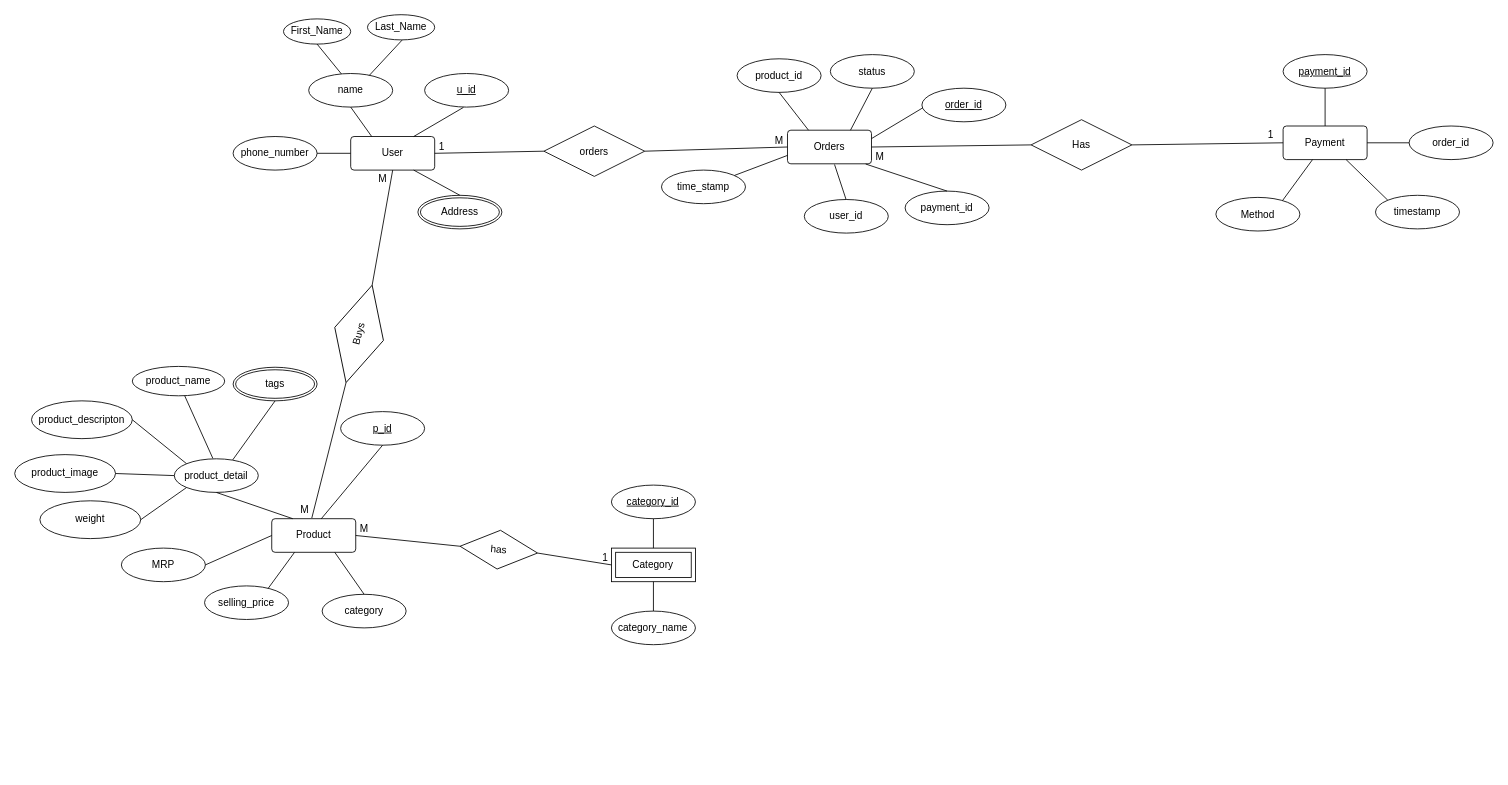
Before: diagram/ER diagram.drawio in Dhiraj275/ecommerce-srs, a draw.io diagram. Source tidied: cells renumbered, new cells numbered last; positions are measured from the earlier drawing's top-left corner, leaving out a move shared by most shapes. Both pictures are drawn from the tidied source at 84%, with x=0, y=0 at pixel (14, 14).
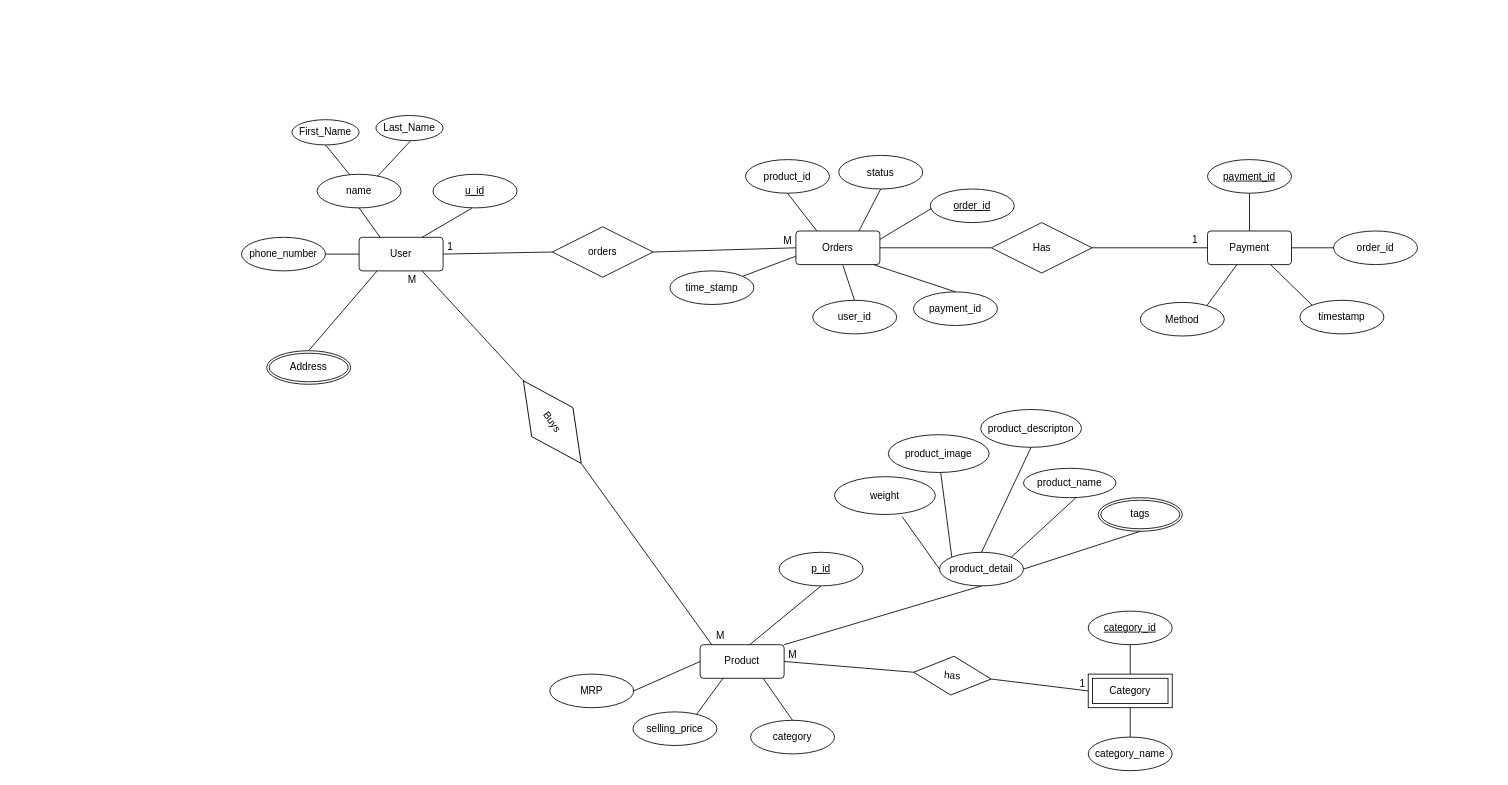
The same page after the edit.

Unchanged cells that the change refers to:
```xml
<mxCell id="75" style="endArrow=none;html=1;rounded=0;exitX=0;exitY=0.5;exitDx=0;exitDy=0;entryX=1;entryY=0.5;entryDx=0;entryDy=0;" parent="1" edge="1" source="5" target="74">
  <mxGeometry relative="1" as="geometry" />
</mxCell>
```

Diff of the diagram source:
```diff
@@
     <mxCell id="2" value="Product" style="rounded=1;arcSize=10;whiteSpace=wrap;html=1;align=center;" parent="1" vertex="1">
-      <mxGeometry x="306" y="600" width="100" height="40" as="geometry" />
+      <mxGeometry x="816" y="750" width="100" height="40" as="geometry" />
     </mxCell>
     <mxCell id="3" value="User" style="rounded=1;arcSize=10;whiteSpace=wrap;html=1;align=center;" parent="1" vertex="1">
-      <mxGeometry x="400" y="145" width="100" height="40" as="geometry" />
+      <mxGeometry x="410" y="265" width="100" height="40" as="geometry" />
     </mxCell>
     <mxCell id="4" value="Category" style="shape=ext;margin=3;double=1;whiteSpace=wrap;html=1;align=center;" parent="1" vertex="1">
-      <mxGeometry x="710.4" y="635" width="100" height="40" as="geometry" />
+      <mxGeometry x="1278" y="785" width="100" height="40" as="geometry" />
     </mxCell>
     <mxCell id="5" value="Payment" style="rounded=1;arcSize=10;whiteSpace=wrap;html=1;align=center;" parent="1" vertex="1">
-      <mxGeometry x="1510" y="132.5" width="100" height="40" as="geometry" />
+      <mxGeometry x="1420" y="257.5" width="100" height="40" as="geometry" />
     </mxCell>
     <mxCell id="6" value="u_id" style="ellipse;whiteSpace=wrap;html=1;align=center;fontStyle=4;" parent="1" vertex="1">
-      <mxGeometry x="488" y="70" width="100" height="40" as="geometry" />
+      <mxGeometry x="498" y="190" width="100" height="40" as="geometry" />
     </mxCell>
@@
     <mxCell id="8" value="name" style="ellipse;whiteSpace=wrap;html=1;align=center;" parent="1" vertex="1">
-      <mxGeometry x="350" y="70" width="100" height="40" as="geometry" />
+      <mxGeometry x="360" y="190" width="100" height="40" as="geometry" />
     </mxCell>
@@
     <mxCell id="11" value="First_Name" style="ellipse;whiteSpace=wrap;html=1;align=center;" parent="1" vertex="1">
-      <mxGeometry x="320" y="5" width="80" height="30" as="geometry" />
+      <mxGeometry x="330" y="125" width="80" height="30" as="geometry" />
     </mxCell>
     <mxCell id="12" value="Last_Name" style="ellipse;whiteSpace=wrap;html=1;align=center;" parent="1" vertex="1">
-      <mxGeometry x="420" width="80" height="30" as="geometry" />
+      <mxGeometry x="430" y="120" width="80" height="30" as="geometry" />
     </mxCell>
     <mxCell id="13" value="Address" style="ellipse;shape=doubleEllipse;margin=3;whiteSpace=wrap;html=1;align=center;" parent="1" vertex="1">
-      <mxGeometry x="480" y="215" width="100" height="40" as="geometry" />
+      <mxGeometry x="300" y="400" width="100" height="40" as="geometry" />
     </mxCell>
     <mxCell id="14" style="endArrow=none;html=1;rounded=0;exitX=0.721;exitY=0.058;exitDx=0;exitDy=0;exitPerimeter=0;entryX=0.515;entryY=1.008;entryDx=0;entryDy=0;entryPerimeter=0;" parent="1" edge="1" target="12">
       <mxGeometry relative="1" as="geometry">
-        <mxPoint x="422.1" y="72.3" as="sourcePoint" />
+        <mxPoint x="432.1" y="192.3" as="sourcePoint" />
       </mxGeometry>
     </mxCell>
-    <mxCell id="15" style="endArrow=none;html=1;rounded=0;exitX=0.75;exitY=1;exitDx=0;exitDy=0;entryX=0.5;entryY=0;entryDx=0;entryDy=0;" parent="1" edge="1" source="3" target="13">
+    <mxCell id="15" style="endArrow=none;html=1;rounded=0;exitX=0.213;exitY=1.005;exitDx=0;exitDy=0;entryX=0.5;entryY=0;entryDx=0;entryDy=0;exitPerimeter=0;" parent="1" edge="1" source="3" target="13">
       <mxGeometry relative="1" as="geometry" />
     </mxCell>
     <mxCell id="16" value="phone_number" style="ellipse;whiteSpace=wrap;html=1;align=center;" parent="1" vertex="1">
-      <mxGeometry x="260" y="145" width="100" height="40" as="geometry" />
+      <mxGeometry x="270" y="265" width="100" height="40" as="geometry" />
     </mxCell>
     <mxCell id="17" style="endArrow=none;html=1;rounded=0;entryX=0;entryY=0.5;entryDx=0;entryDy=0;" parent="1" edge="1" target="3">
       <mxGeometry relative="1" as="geometry">
-        <mxPoint x="360" y="165" as="sourcePoint" />
+        <mxPoint x="370" y="285" as="sourcePoint" />
       </mxGeometry>
     </mxCell>
     <mxCell id="18" value="&lt;u&gt;payment_id&lt;/u&gt;" style="ellipse;whiteSpace=wrap;html=1;align=center;" parent="1" vertex="1">
-      <mxGeometry x="1510" y="47.5" width="100" height="40" as="geometry" />
+      <mxGeometry x="1420" y="172.5" width="100" height="40" as="geometry" />
     </mxCell>
     <mxCell id="19" value="order_id" style="ellipse;whiteSpace=wrap;html=1;align=center;" parent="1" vertex="1">
-      <mxGeometry x="1660" y="132.5" width="100" height="40" as="geometry" />
+      <mxGeometry x="1570" y="257.5" width="100" height="40" as="geometry" />
     </mxCell>
     <mxCell id="20" value="timestamp" style="ellipse;whiteSpace=wrap;html=1;align=center;" parent="1" vertex="1">
-      <mxGeometry x="1620" y="215" width="100" height="40" as="geometry" />
+      <mxGeometry x="1530" y="340" width="100" height="40" as="geometry" />
     </mxCell>
     <mxCell id="21" value="Method" style="ellipse;whiteSpace=wrap;html=1;align=center;" parent="1" vertex="1">
-      <mxGeometry x="1430" y="217.5" width="100" height="40" as="geometry" />
+      <mxGeometry x="1340" y="342.5" width="100" height="40" as="geometry" />
     </mxCell>
@@
     <mxCell id="26" value="&lt;u&gt;p_id&lt;/u&gt;" style="ellipse;whiteSpace=wrap;html=1;align=center;" parent="1" vertex="1">
-      <mxGeometry x="388" y="472.5" width="100" height="40" as="geometry" />
+      <mxGeometry x="910" y="640" width="100" height="40" as="geometry" />
     </mxCell>
     <mxCell id="27" value="product_detail" style="ellipse;whiteSpace=wrap;html=1;align=center;" parent="1" vertex="1">
-      <mxGeometry x="190" y="528.7" width="100" height="40" as="geometry" />
+      <mxGeometry x="1101" y="640" width="100" height="40" as="geometry" />
     </mxCell>
-    <mxCell id="28" style="endArrow=none;html=1;rounded=0;exitX=0.5;exitY=1;exitDx=0;exitDy=0;entryX=0.25;entryY=0;entryDx=0;entryDy=0;" parent="1" edge="1" source="27" target="2">
+    <mxCell id="28" style="endArrow=none;html=1;rounded=0;exitX=0.5;exitY=1;exitDx=0;exitDy=0;entryX=1;entryY=0;entryDx=0;entryDy=0;" parent="1" edge="1" source="27" target="2">
       <mxGeometry relative="1" as="geometry" />
     </mxCell>
@@
     <mxCell id="30" value="product_name" style="ellipse;whiteSpace=wrap;html=1;align=center;" parent="1" vertex="1">
-      <mxGeometry x="140" y="418.7" width="110" height="35" as="geometry" />
+      <mxGeometry x="1201" y="540" width="110" height="35" as="geometry" />
     </mxCell>
     <mxCell id="31" value="tags" style="ellipse;shape=doubleEllipse;margin=3;whiteSpace=wrap;html=1;align=center;" parent="1" vertex="1">
-      <mxGeometry x="260" y="419.7" width="100" height="40" as="geometry" />
+      <mxGeometry x="1290" y="575" width="100" height="40" as="geometry" />
     </mxCell>
     <mxCell id="32" value="product_descripton" style="ellipse;whiteSpace=wrap;html=1;align=center;" parent="1" vertex="1">
-      <mxGeometry x="20" y="459.7" width="120" height="45" as="geometry" />
+      <mxGeometry x="1150" y="470" width="120" height="45" as="geometry" />
     </mxCell>
     <mxCell id="33" value="product_image" style="ellipse;whiteSpace=wrap;html=1;align=center;" parent="1" vertex="1">
-      <mxGeometry y="523.7" width="120" height="45" as="geometry" />
+      <mxGeometry x="1040" y="500" width="120" height="45" as="geometry" />
     </mxCell>
     <mxCell id="34" value="weight" style="ellipse;whiteSpace=wrap;html=1;align=center;" parent="1" vertex="1">
-      <mxGeometry x="30" y="578.7" width="120" height="45" as="geometry" />
+      <mxGeometry x="976" y="550" width="120" height="45" as="geometry" />
     </mxCell>
-    <mxCell id="35" style="endArrow=none;html=1;rounded=0;entryX=0.459;entryY=-0.012;entryDx=0;entryDy=0;entryPerimeter=0;exitX=0.567;exitY=0.999;exitDx=0;exitDy=0;exitPerimeter=0;" parent="1" edge="1" source="30" target="27">
+    <mxCell id="35" style="endArrow=none;html=1;rounded=0;entryX=1;entryY=0;entryDx=0;entryDy=0;exitX=0.567;exitY=0.999;exitDx=0;exitDy=0;exitPerimeter=0;" parent="1" edge="1" source="30" target="27">
       <mxGeometry relative="1" as="geometry" />
     </mxCell>
-    <mxCell id="36" style="endArrow=none;html=1;rounded=0;entryX=0;entryY=0;entryDx=0;entryDy=0;exitX=1;exitY=0.5;exitDx=0;exitDy=0;" parent="1" edge="1" source="32" target="27">
+    <mxCell id="36" style="endArrow=none;html=1;rounded=0;entryX=0.5;entryY=0;entryDx=0;entryDy=0;exitX=0.5;exitY=1;exitDx=0;exitDy=0;" parent="1" edge="1" source="32" target="27">
       <mxGeometry relative="1" as="geometry" />
     </mxCell>
-    <mxCell id="37" style="endArrow=none;html=1;rounded=0;entryX=0;entryY=0.5;entryDx=0;entryDy=0;exitX=1;exitY=0.5;exitDx=0;exitDy=0;" parent="1" edge="1" source="33" target="27">
+    <mxCell id="37" style="endArrow=none;html=1;rounded=0;entryX=0;entryY=0;entryDx=0;entryDy=0;exitX=0.52;exitY=1.001;exitDx=0;exitDy=0;exitPerimeter=0;" parent="1" edge="1" source="33" target="27">
       <mxGeometry relative="1" as="geometry" />
     </mxCell>
-    <mxCell id="38" style="endArrow=none;html=1;rounded=0;entryX=0;entryY=1;entryDx=0;entryDy=0;exitX=1;exitY=0.5;exitDx=0;exitDy=0;" parent="1" edge="1" source="34" target="27">
+    <mxCell id="38" style="endArrow=none;html=1;rounded=0;entryX=0;entryY=0.5;entryDx=0;entryDy=0;exitX=0.671;exitY=1.057;exitDx=0;exitDy=0;exitPerimeter=0;" parent="1" edge="1" source="34" target="27">
       <mxGeometry relative="1" as="geometry" />
     </mxCell>
-    <mxCell id="39" style="endArrow=none;html=1;rounded=0;entryX=0.695;entryY=0.033;entryDx=0;entryDy=0;exitX=0.5;exitY=1;exitDx=0;exitDy=0;entryPerimeter=0;" parent="1" edge="1" source="31" target="27">
+    <mxCell id="39" style="endArrow=none;html=1;rounded=0;entryX=1;entryY=0.5;entryDx=0;entryDy=0;exitX=0.5;exitY=1;exitDx=0;exitDy=0;" parent="1" edge="1" source="31" target="27">
       <mxGeometry relative="1" as="geometry" />
     </mxCell>
     <mxCell id="40" value="MRP" style="ellipse;whiteSpace=wrap;html=1;align=center;" parent="1" vertex="1">
-      <mxGeometry x="127" y="635" width="100" height="40" as="geometry" />
+      <mxGeometry x="637" y="785" width="100" height="40" as="geometry" />
     </mxCell>
     <mxCell id="41" value="selling_price" style="ellipse;whiteSpace=wrap;html=1;align=center;" parent="1" vertex="1">
-      <mxGeometry x="226" y="680" width="100" height="40" as="geometry" />
+      <mxGeometry x="736" y="830" width="100" height="40" as="geometry" />
     </mxCell>
@@
     <mxCell id="44" value="category" style="ellipse;whiteSpace=wrap;html=1;align=center;" parent="1" vertex="1">
-      <mxGeometry x="366" y="690" width="100" height="40" as="geometry" />
+      <mxGeometry x="876" y="840" width="100" height="40" as="geometry" />
     </mxCell>
@@
     <mxCell id="46" value="&lt;u&gt;category_id&lt;/u&gt;" style="ellipse;whiteSpace=wrap;html=1;align=center;" parent="1" vertex="1">
-      <mxGeometry x="710.4" y="560" width="100" height="40" as="geometry" />
+      <mxGeometry x="1278" y="710" width="100" height="40" as="geometry" />
     </mxCell>
     <mxCell id="47" value="category_name" style="ellipse;whiteSpace=wrap;html=1;align=center;" parent="1" vertex="1">
-      <mxGeometry x="710.4" y="710" width="100" height="40" as="geometry" />
+      <mxGeometry x="1278" y="860" width="100" height="40" as="geometry" />
     </mxCell>
@@
     <mxCell id="50" value="has" style="shape=rhombus;perimeter=rhombusPerimeter;whiteSpace=wrap;html=1;align=center;rotation=5;" parent="1" vertex="1">
-      <mxGeometry x="530" y="613.7" width="92.6" height="46.3" as="geometry" />
+      <mxGeometry x="1070" y="763.7" width="92.6" height="46.3" as="geometry" />
     </mxCell>
@@
     <mxCell id="55" value="Orders" style="rounded=1;arcSize=10;whiteSpace=wrap;html=1;align=center;" parent="1" vertex="1">
-      <mxGeometry x="920" y="137.5" width="100" height="40" as="geometry" />
+      <mxGeometry x="930" y="257.5" width="100" height="40" as="geometry" />
     </mxCell>
     <mxCell id="56" value="order_id" style="ellipse;whiteSpace=wrap;html=1;align=center;fontStyle=4;" parent="1" vertex="1">
-      <mxGeometry x="1080" y="87.5" width="100" height="40" as="geometry" />
+      <mxGeometry x="1090" y="207.5" width="100" height="40" as="geometry" />
     </mxCell>
@@
     <mxCell id="58" value="product_id" style="ellipse;whiteSpace=wrap;html=1;align=center;" parent="1" vertex="1">
-      <mxGeometry x="860" y="52.5" width="100" height="40" as="geometry" />
+      <mxGeometry x="870" y="172.5" width="100" height="40" as="geometry" />
     </mxCell>
@@
     <mxCell id="62" value="user_id" style="ellipse;whiteSpace=wrap;html=1;align=center;" parent="1" vertex="1">
-      <mxGeometry x="940" y="220" width="100" height="40" as="geometry" />
+      <mxGeometry x="950" y="340" width="100" height="40" as="geometry" />
     </mxCell>
     <mxCell id="63" value="status" style="ellipse;whiteSpace=wrap;html=1;align=center;" parent="1" vertex="1">
-      <mxGeometry x="971" y="47.5" width="100" height="40" as="geometry" />
+      <mxGeometry x="981" y="167.5" width="100" height="40" as="geometry" />
     </mxCell>
     <mxCell id="64" value="time_stamp" style="ellipse;whiteSpace=wrap;html=1;align=center;" parent="1" vertex="1">
-      <mxGeometry x="770" y="185" width="100" height="40" as="geometry" />
+      <mxGeometry x="780" y="305" width="100" height="40" as="geometry" />
     </mxCell>
@@
     <mxCell id="66" style="endArrow=none;html=1;rounded=0;exitX=0;exitY=0.5;exitDx=0;exitDy=0;entryX=1;entryY=0.5;entryDx=0;entryDy=0;startArrow=none;" parent="1" edge="1" source="68">
       <mxGeometry relative="1" as="geometry">
-        <mxPoint x="500" y="165" as="targetPoint" />
+        <mxPoint x="510" y="285" as="targetPoint" />
       </mxGeometry>
     </mxCell>
     <mxCell id="67" value="1" style="text;html=1;align=center;verticalAlign=middle;strokeColor=none;fillColor=none;" parent="1" vertex="1">
-      <mxGeometry x="1480" y="127.5" width="30" height="30" as="geometry" />
+      <mxGeometry x="1390" y="252.5" width="30" height="30" as="geometry" />
     </mxCell>
     <mxCell id="68" value="orders" style="shape=rhombus;perimeter=rhombusPerimeter;whiteSpace=wrap;html=1;align=center;" parent="1" vertex="1">
-      <mxGeometry x="630" y="132.5" width="120" height="60" as="geometry" />
+      <mxGeometry x="640" y="252.5" width="120" height="60" as="geometry" />
     </mxCell>
     <mxCell id="69" style="endArrow=none;html=1;rounded=0;exitX=0;exitY=0.5;exitDx=0;exitDy=0;entryX=1;entryY=0.5;entryDx=0;entryDy=0;" parent="1" edge="1" target="68">
       <mxGeometry relative="1" as="geometry">
-        <mxPoint x="920" y="157.5" as="sourcePoint" />
+        <mxPoint x="930" y="277.5" as="sourcePoint" />
       </mxGeometry>
     </mxCell>
@@
     <mxCell id="71" value="payment_id" style="ellipse;whiteSpace=wrap;html=1;align=center;" parent="1" vertex="1">
-      <mxGeometry x="1060" y="210" width="100" height="40" as="geometry" />
+      <mxGeometry x="1070" y="330" width="100" height="40" as="geometry" />
     </mxCell>
@@
     <mxCell id="74" value="Has" style="shape=rhombus;perimeter=rhombusPerimeter;whiteSpace=wrap;html=1;align=center;" parent="1" vertex="1">
-      <mxGeometry x="1210" y="125" width="120" height="60" as="geometry" />
+      <mxGeometry x="1162.6" y="247.5" width="120" height="60" as="geometry" />
     </mxCell>
@@
-    <mxCell id="76" value="&amp;nbsp;M" style="html=1;align=left;verticalAlign=bottom;" parent="75" vertex="1">
-      <mxGeometry x="-1" relative="1" as="geometry">
-        <mxPoint x="-490" y="25" as="offset" />
-      </mxGeometry>
-    </mxCell>
     <mxCell id="77" value="&amp;nbsp;1" style="html=1;align=left;verticalAlign=bottom;direction=east;" parent="1" vertex="1">
-      <mxGeometry x="500" y="165" as="geometry" />
+      <mxGeometry x="510" y="285" as="geometry" />
     </mxCell>
-    <mxCell id="78" style="endArrow=none;html=1;rounded=0;exitX=0;exitY=0.5;exitDx=0;exitDy=0;entryX=0.477;entryY=-0.02;entryDx=0;entryDy=0;startArrow=none;entryPerimeter=0;" parent="1" edge="1" source="79" target="2">
-      <mxGeometry relative="1" as="geometry" />
-    </mxCell>
+    <mxCell id="80" style="endArrow=none;html=1;rounded=0;exitX=1;exitY=0.5;exitDx=0;exitDy=0;entryX=0.138;entryY=-0.002;entryDx=0;entryDy=0;entryPerimeter=0;startArrow=none;" parent="1" edge="1" source="79" target="2">
+      <mxGeometry relative="1" as="geometry" />
+    </mxCell>
+    <mxCell id="82" value="M" style="text;html=1;align=center;verticalAlign=middle;strokeColor=none;fillColor=none;" parent="1" vertex="1">
+      <mxGeometry x="825" y="725" width="30" height="30" as="geometry" />
+    </mxCell>
-    <mxCell id="79" value="Buys" style="shape=rhombus;perimeter=rhombusPerimeter;whiteSpace=wrap;html=1;align=center;rotation=-75;" parent="1" vertex="1">
-      <mxGeometry x="350" y="350" width="120" height="60" as="geometry" />
+    <mxCell id="79" value="Buys" style="shape=rhombus;perimeter=rhombusPerimeter;whiteSpace=wrap;html=1;align=center;rotation=55;" parent="1" vertex="1">
+      <mxGeometry x="580" y="455" width="120" height="60" as="geometry" />
     </mxCell>
-    <mxCell id="80" style="endArrow=none;html=1;rounded=0;entryX=1;entryY=0.5;entryDx=0;entryDy=0;exitX=0.5;exitY=1;exitDx=0;exitDy=0;" parent="1" edge="1" source="3" target="79">
-      <mxGeometry relative="1" as="geometry" />
-    </mxCell>
-    <mxCell id="81" value="&amp;nbsp;M" style="html=1;align=left;verticalAlign=bottom;" parent="80" vertex="1">
-      <mxGeometry x="-1" relative="1" as="geometry">
-        <mxPoint x="-22" y="19" as="offset" />
-      </mxGeometry>
-    </mxCell>
-    <mxCell id="82" value="M" style="text;html=1;align=center;verticalAlign=middle;strokeColor=none;fillColor=none;" parent="1" vertex="1">
-      <mxGeometry x="330" y="575" width="30" height="30" as="geometry" />
-    </mxCell>
+    <mxCell id="83" style="endArrow=none;html=1;rounded=0;exitX=0.75;exitY=1;exitDx=0;exitDy=0;entryX=0;entryY=0.5;entryDx=0;entryDy=0;" parent="1" edge="1" source="3" target="79">
+      <mxGeometry relative="1" as="geometry" />
+    </mxCell>
+    <mxCell id="84" value="&amp;nbsp;M" style="html=1;align=left;verticalAlign=bottom;" parent="83" vertex="1">
+      <mxGeometry x="-1" relative="1" as="geometry">
+        <mxPoint x="-22" y="19" as="offset" />
+      </mxGeometry>
+    </mxCell>
```
